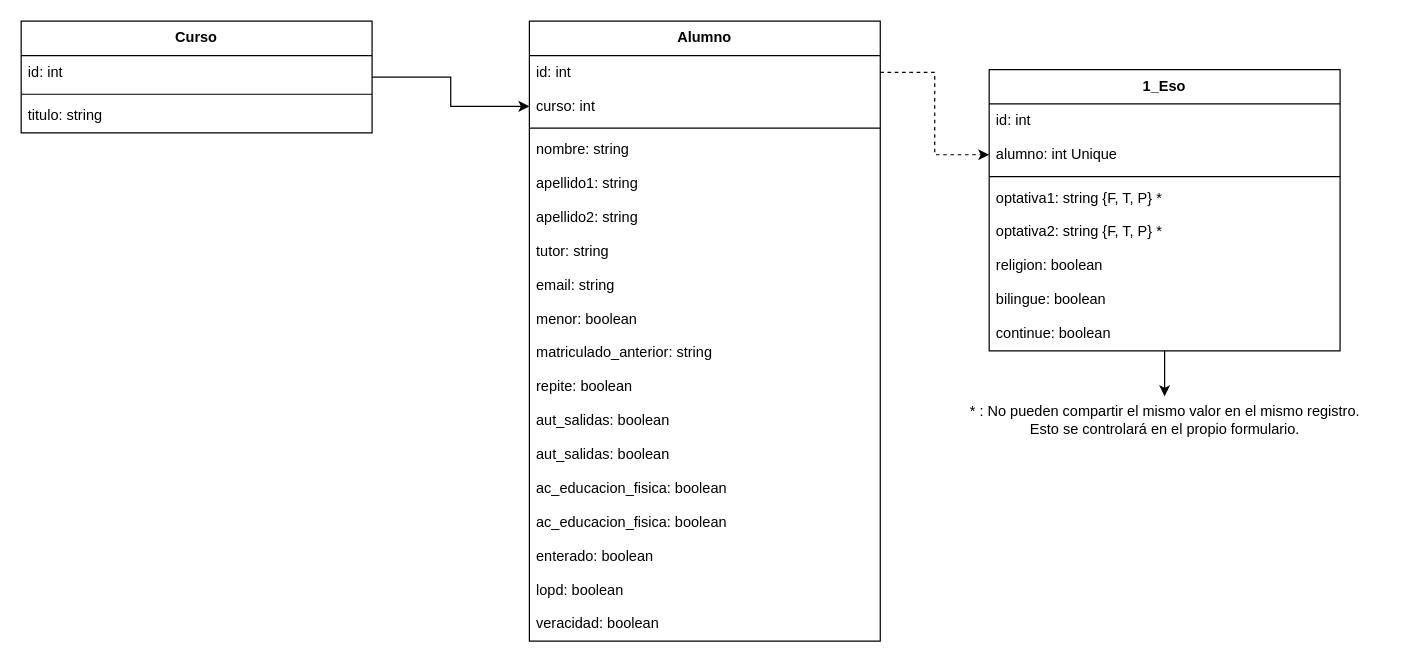
Above: Proyecto-Matricula-Online.drawio in Buhuk/diagramas (draw.io), before the change. Source tidied: cells renumbered, new cells numbered last; positions are measured from the earlier drawing's top-left corner, leaving out a move shared by most shapes. Both pictures are drawn from the tidied source at 121%, with x=0, y=0 at pixel (21, 21).
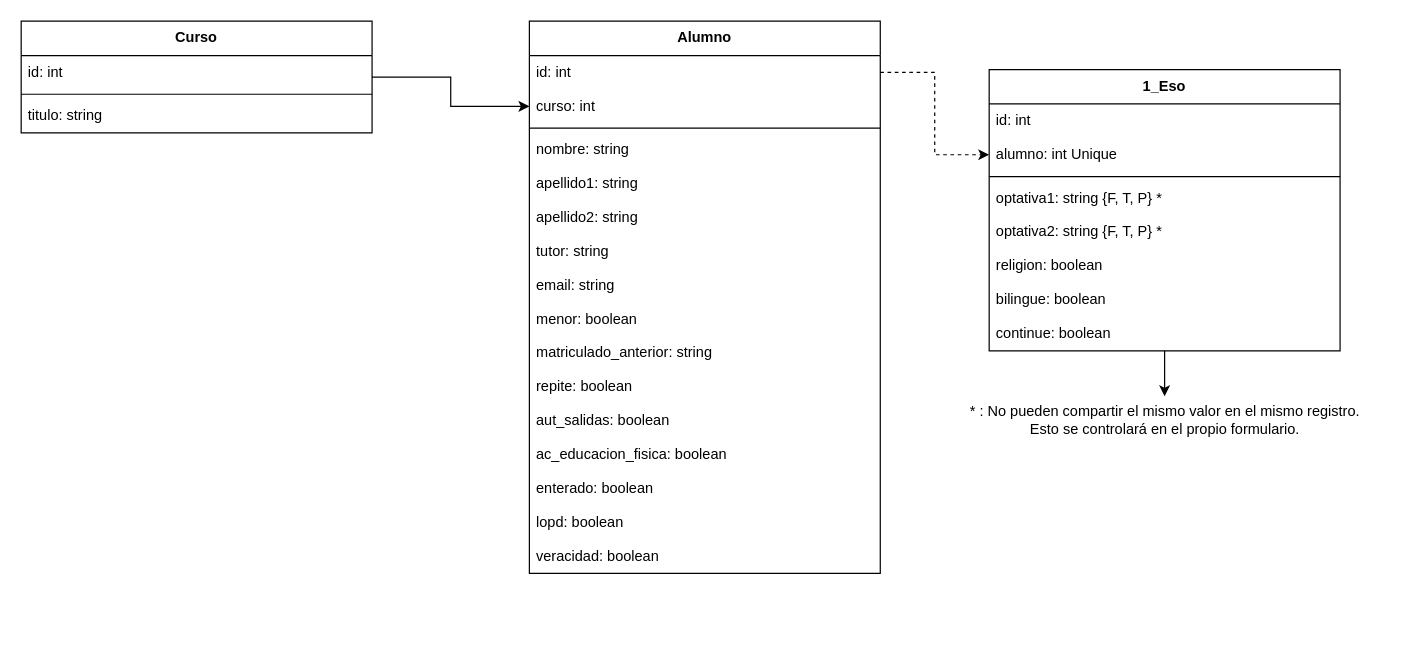
The same page after the edit.

Change to the diagram source:
```diff
@@
     <mxCell id="2" value="Alumno" style="swimlane;fontStyle=1;align=center;verticalAlign=top;horizontal=1;startSize=28.4;" parent="1" vertex="1">
-      <mxGeometry x="420" width="290" height="512.4" as="geometry" />
+      <mxGeometry x="420" width="290" height="456.4" as="geometry" />
     </mxCell>
@@
-    <mxCell id="15" value="aut_salidas: boolean" style="text;strokeColor=none;fillColor=none;align=left;verticalAlign=top;spacingLeft=4;spacingRight=4;overflow=hidden;" parent="2" vertex="1">
-      <mxGeometry y="344.4" width="290" height="28" as="geometry" />
-    </mxCell>
     <mxCell id="16" value="ac_educacion_fisica: boolean" style="text;strokeColor=none;fillColor=none;align=left;verticalAlign=top;spacingLeft=4;spacingRight=4;overflow=hidden;" parent="2" vertex="1">
-      <mxGeometry y="372.4" width="290" height="28" as="geometry" />
+      <mxGeometry y="344.4" width="290" height="28" as="geometry" />
     </mxCell>
-    <mxCell id="17" value="ac_educacion_fisica: boolean" style="text;strokeColor=none;fillColor=none;align=left;verticalAlign=top;spacingLeft=4;spacingRight=4;overflow=hidden;" parent="2" vertex="1">
-      <mxGeometry y="400.4" width="290" height="28" as="geometry" />
-    </mxCell>
     <mxCell id="18" value="enterado: boolean" style="text;strokeColor=none;fillColor=none;align=left;verticalAlign=top;spacingLeft=4;spacingRight=4;overflow=hidden;" parent="2" vertex="1">
-      <mxGeometry y="428.4" width="290" height="28" as="geometry" />
+      <mxGeometry y="372.4" width="290" height="28" as="geometry" />
     </mxCell>
     <mxCell id="19" value="lopd: boolean" style="text;strokeColor=none;fillColor=none;align=left;verticalAlign=top;spacingLeft=4;spacingRight=4;overflow=hidden;" parent="2" vertex="1">
-      <mxGeometry y="456.4" width="290" height="28" as="geometry" />
+      <mxGeometry y="400.4" width="290" height="28" as="geometry" />
     </mxCell>
     <mxCell id="20" value="veracidad: boolean" style="text;strokeColor=none;fillColor=none;align=left;verticalAlign=top;spacingLeft=4;spacingRight=4;overflow=hidden;" parent="2" vertex="1">
-      <mxGeometry y="484.4" width="290" height="28" as="geometry" />
+      <mxGeometry y="428.4" width="290" height="28" as="geometry" />
     </mxCell>
```
